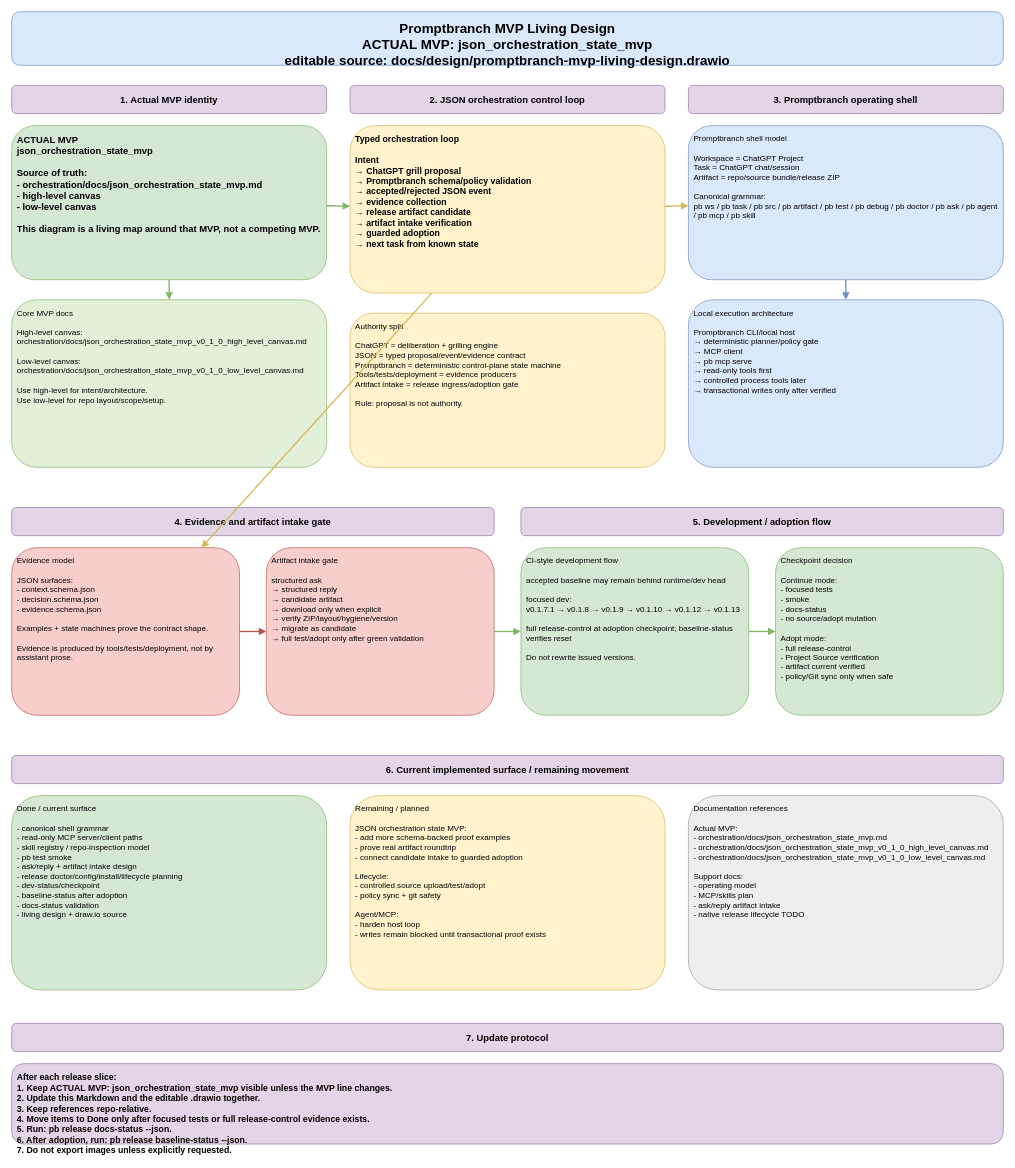
This is docs/design/promptbranch-mvp-living-design.drawio from spikkie/promptbranch, a draw.io file, before an edit. Source tidied: cells renumbered, new cells numbered last; positions are measured from the earlier drawing's top-left corner, leaving out a move shared by most shapes. Both pictures are drawn from the tidied source at 67%, with x=0, y=0 at pixel (11, 11).
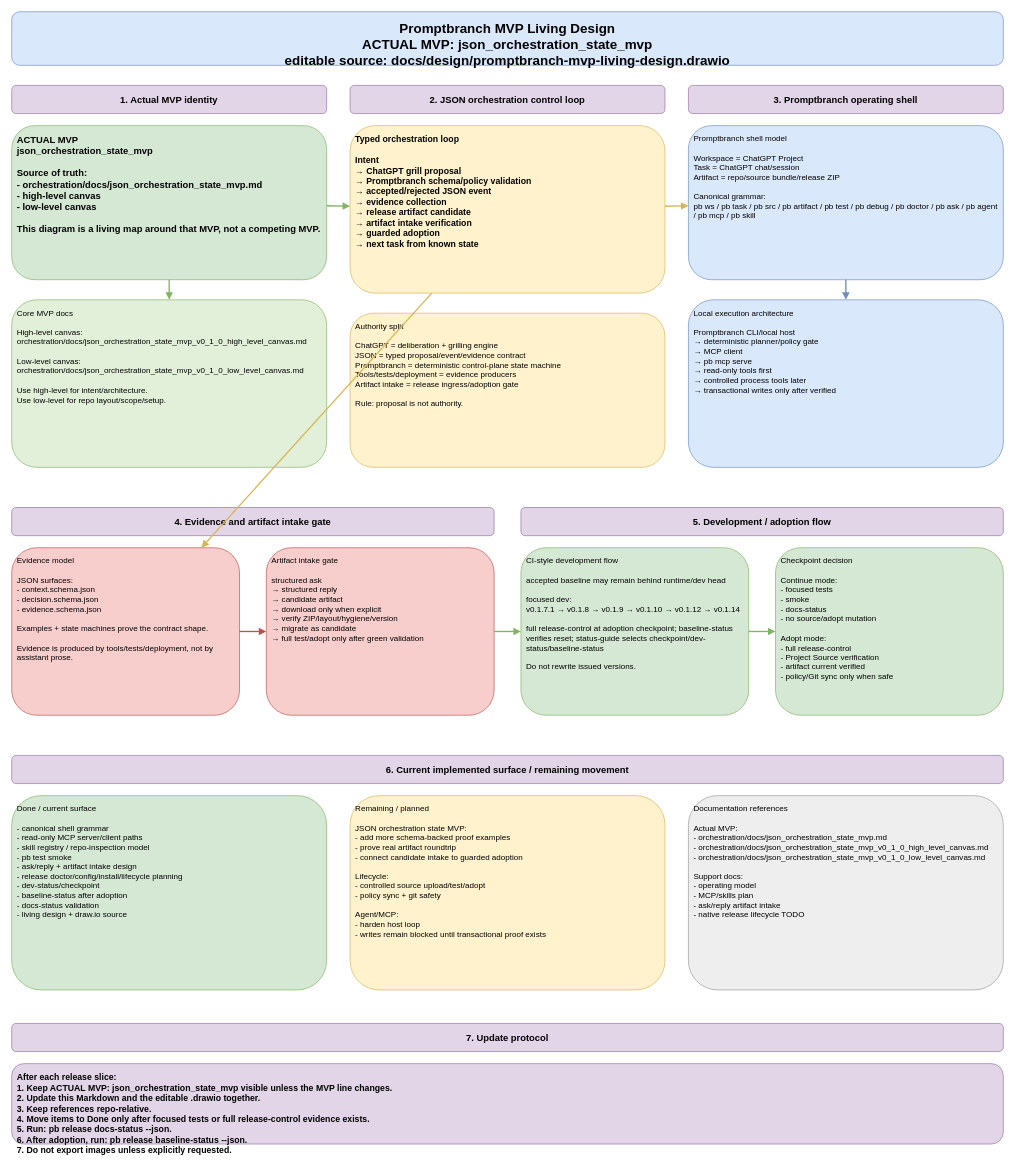
The same page after the edit.

Diff of the diagram source:
```diff
@@
-    <mxCell id="20" value="CI-style development flow&#10;&#10;accepted baseline may remain behind runtime/dev head&#10;&#10;focused dev:&#10;v0.1.7.1 → v0.1.8 → v0.1.9 → v0.1.10 → v0.1.12 → v0.1.13&#10;&#10;full release-control at adoption checkpoint; baseline-status verifies reset&#10;&#10;Do not rewrite issued versions." style="rounded=1;whiteSpace=wrap;html=1;fillColor=#d5e8d4;strokeColor=#82b366;fontSize=12;align=left;verticalAlign=top;spacing=8;" parent="1" vertex="1">
+    <mxCell id="20" value="CI-style development flow&#10;&#10;accepted baseline may remain behind runtime/dev head&#10;&#10;focused dev:&#10;v0.1.7.1 → v0.1.8 → v0.1.9 → v0.1.10 → v0.1.12 → v0.1.14&#10;&#10;full release-control at adoption checkpoint; baseline-status verifies reset; status-guide selects checkpoint/dev-status/baseline-status&#10;&#10;Do not rewrite issued versions." style="rounded=1;whiteSpace=wrap;html=1;fillColor=#d5e8d4;strokeColor=#82b366;fontSize=12;align=left;verticalAlign=top;spacing=8;" parent="1" vertex="1">
       <mxGeometry x="760" y="800" width="340" height="250" as="geometry" />
     </mxCell>
```
